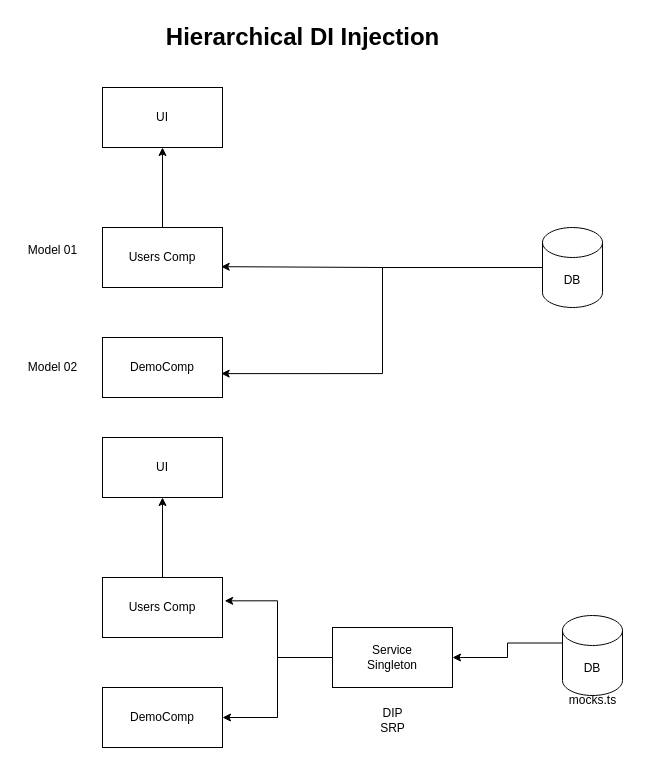
Before: page "Page-3" (3 of 3) of references/ng-diagrams.drawio in synergy2411/nov-24-ng, a draw.io diagram. Source tidied: cells renumbered, new cells numbered last; positions are measured from the earlier drawing's top-left corner, leaving out a move shared by most shapes. Both pictures are drawn from the tidied source at 100%, with x=0, y=0 at pixel (17, 17).
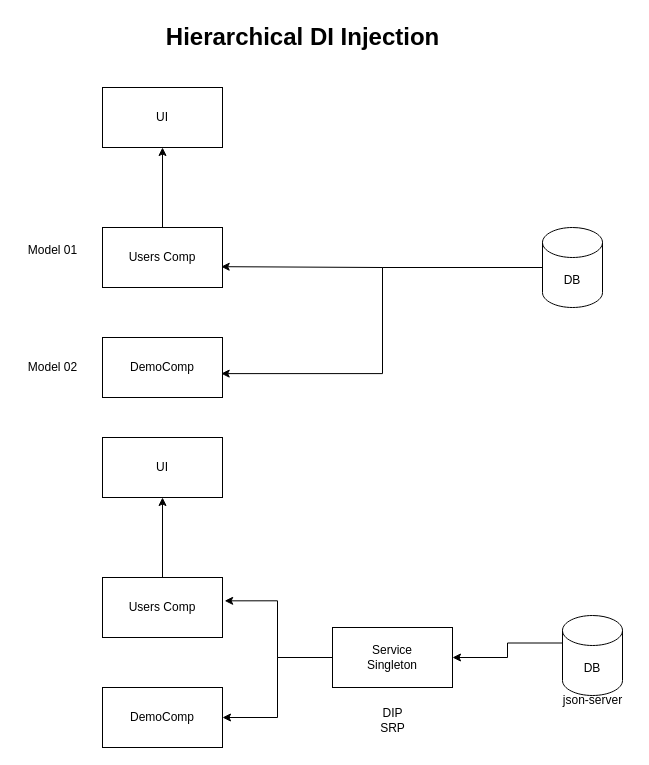
Above is the later version.

What changed in the source:
```diff
@@
-    <mxCell id="21" value="mocks.ts" style="text;html=1;align=center;verticalAlign=middle;strokeColor=none;fillColor=none;" parent="1" vertex="1">
-      <mxGeometry x="540" y="668" width="70" height="30" as="geometry" />
+    <mxCell id="21" value="json-server" style="text;html=1;align=center;verticalAlign=middle;strokeColor=none;fillColor=none;" parent="1" vertex="1">
+      <mxGeometry x="535" y="668" width="80" height="30" as="geometry" />
     </mxCell>
```
